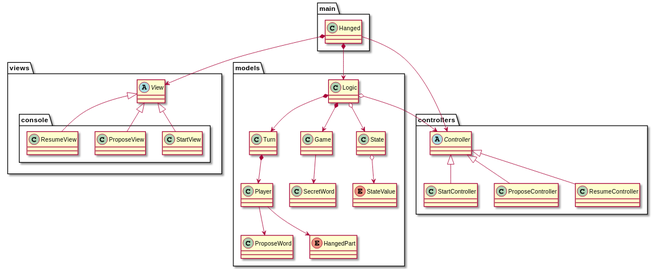
jumpering/Hanged keeps this PlantUML diagram as requirements/images/MVC.svg. Above is the earlier version.
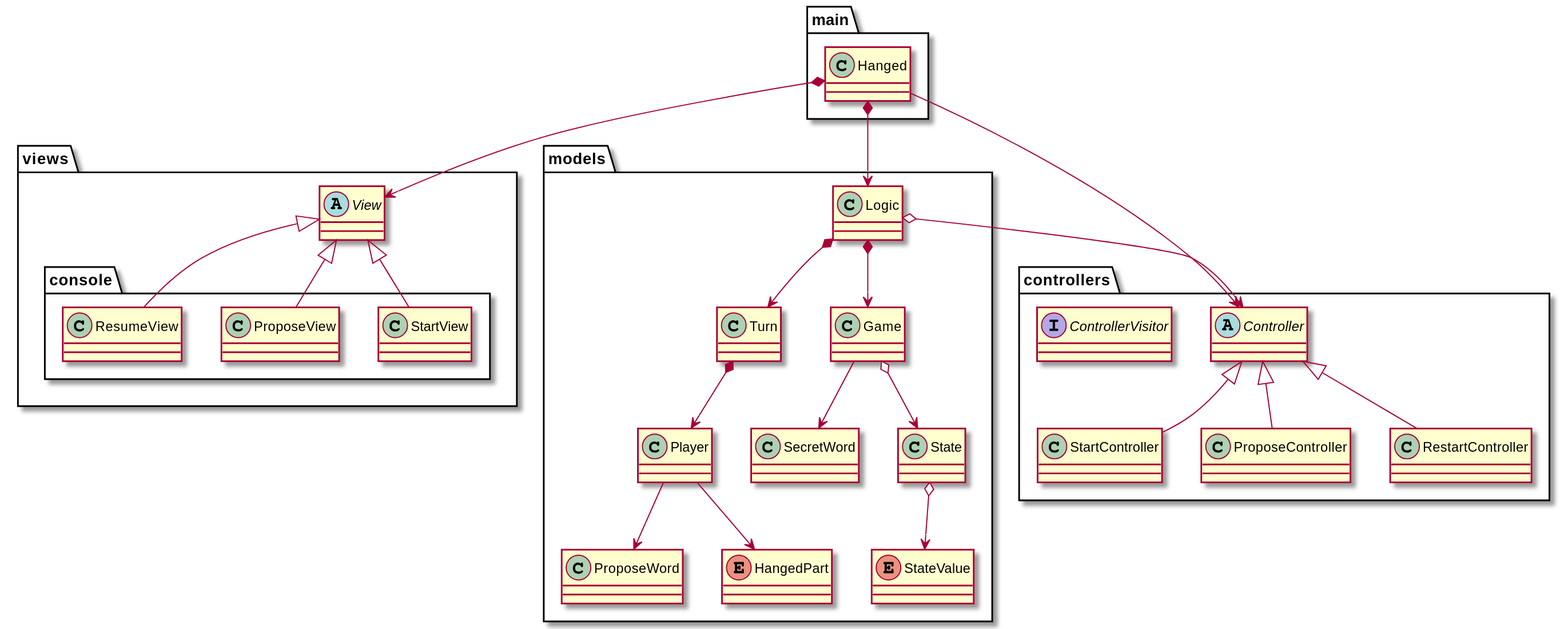
After the change.

Commit message:
test secret and word

What changed in the source:
```diff
@@ -16,7 +16,8 @@
 abstract class Controller
 class StartController
 class ProposeController
-class ResumeController
+class RestartController
+interface ControllerVisitor
 
 }
 
@@ -46,10 +47,11 @@
 
 Controller <|-- StartController
 Controller <|-- ProposeController
-Controller <|-- ResumeController
+Controller <|-- RestartController
+
 
 Logic *--> Turn
-Logic o--> State
+Game o--> State
 State o--> StateValue
 
 Turn *--> Player
```
